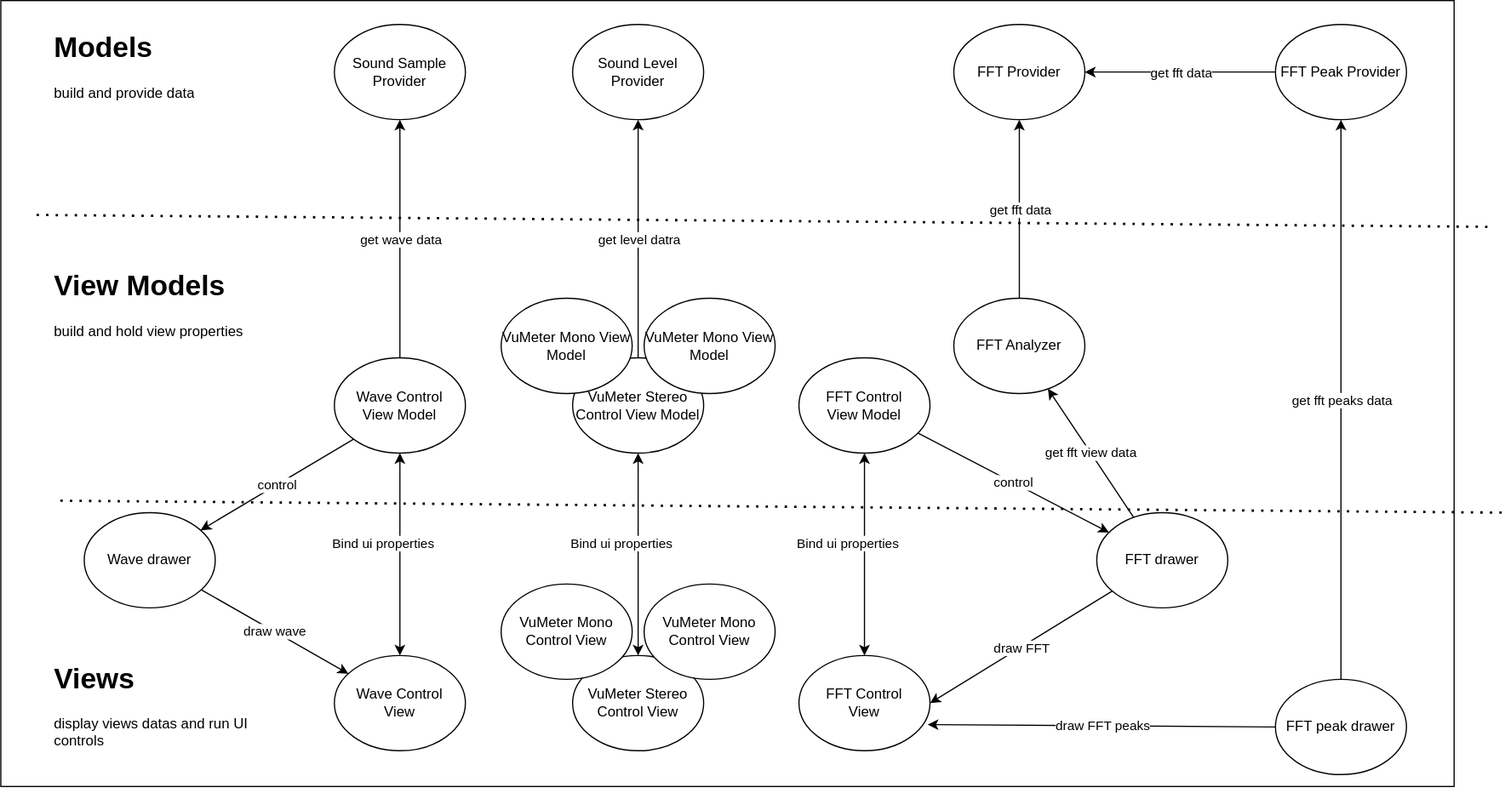
This is Doc/Untitled Diagram.drawio.svg from franck-gaspoz/WindowsAudioSessionSample, a draw.io export, as it was before one commit. Source tidied: cells renumbered, new cells last; positions are measured from the earlier drawing's top-left corner, leaving out a move shared by most shapes.
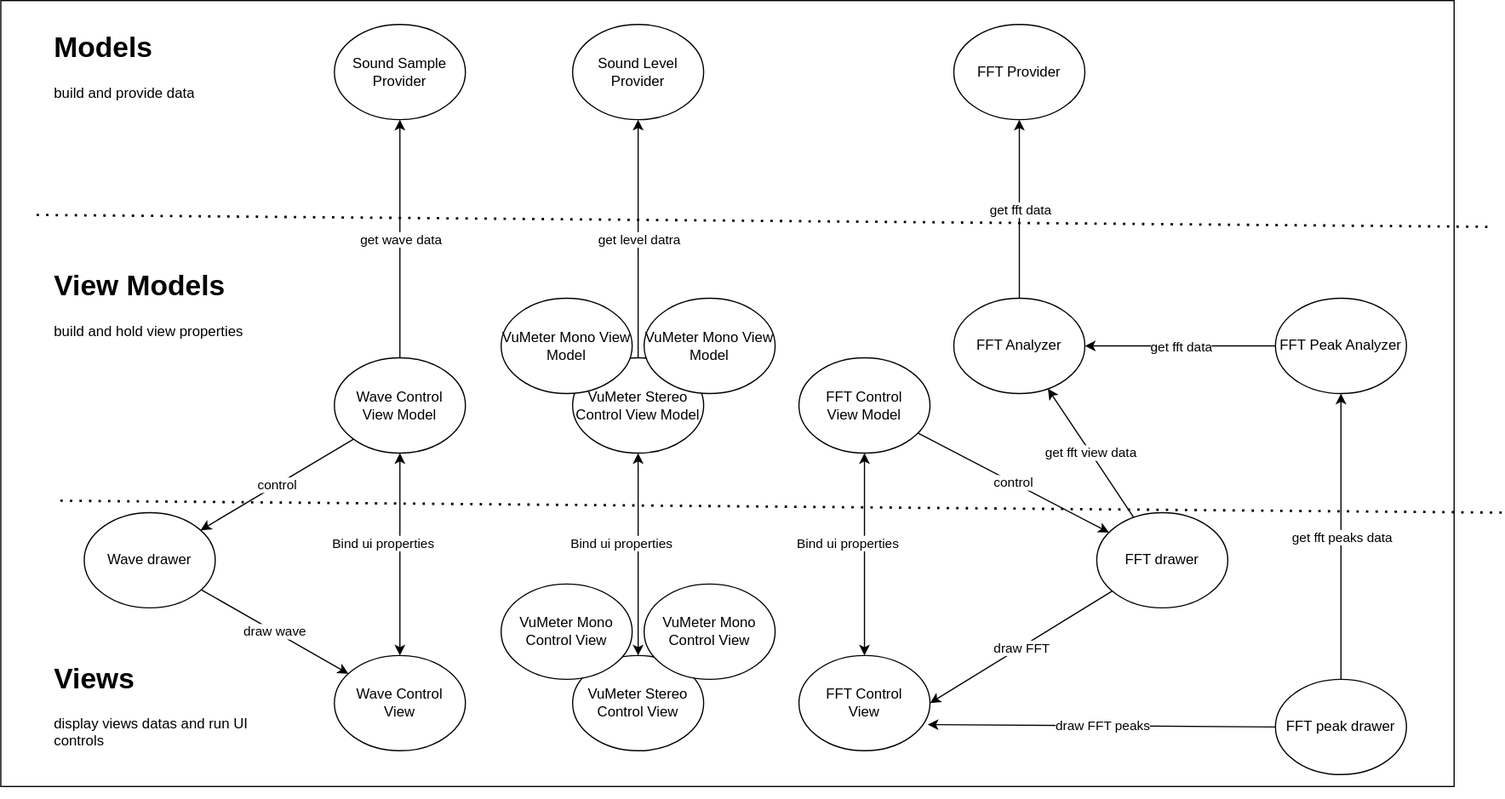
The same file after the commit.

What changed in the source:
```diff
@@ -52,7 +52,7 @@
     <mxCell id="17" value="get fft data" style="edgeLabel;html=1;align=center;verticalAlign=middle;" parent="16" vertex="1">
       <mxGeometry relative="1" as="geometry" />
     </mxCell>
-    <mxCell id="18" style="endArrow=classic;html=1;rounded=0;" parent="1" edge="1" source="49" target="3">
+    <mxCell id="18" style="endArrow=classic;html=1;rounded=0;" parent="1" edge="1" source="49" target="15">
       <mxGeometry relative="1" as="geometry" />
     </mxCell>
     <mxCell id="19" value="get fft data" style="edgeLabel;html=1;align=center;verticalAlign=middle;" parent="18" vertex="1">
@@ -154,8 +154,8 @@
         <mxPoint x="1260" y="430" as="targetPoint" />
       </mxGeometry>
     </mxCell>
-    <mxCell id="49" value="FFT Peak Provider" style="ellipse;whiteSpace=wrap;html=1;" parent="1" vertex="1">
-      <mxGeometry x="1070" y="20" width="110" height="80" as="geometry" />
+    <mxCell id="49" value="FFT Peak Analyzer" style="ellipse;whiteSpace=wrap;html=1;" parent="1" vertex="1">
+      <mxGeometry x="1070" y="250" width="110" height="80" as="geometry" />
     </mxCell>
     <mxCell id="50" style="endArrow=none;dashed=1;html=1;dashPattern=1 3;strokeWidth=2;rounded=0;" parent="1" edge="1">
       <mxGeometry relative="1" as="geometry">
```
